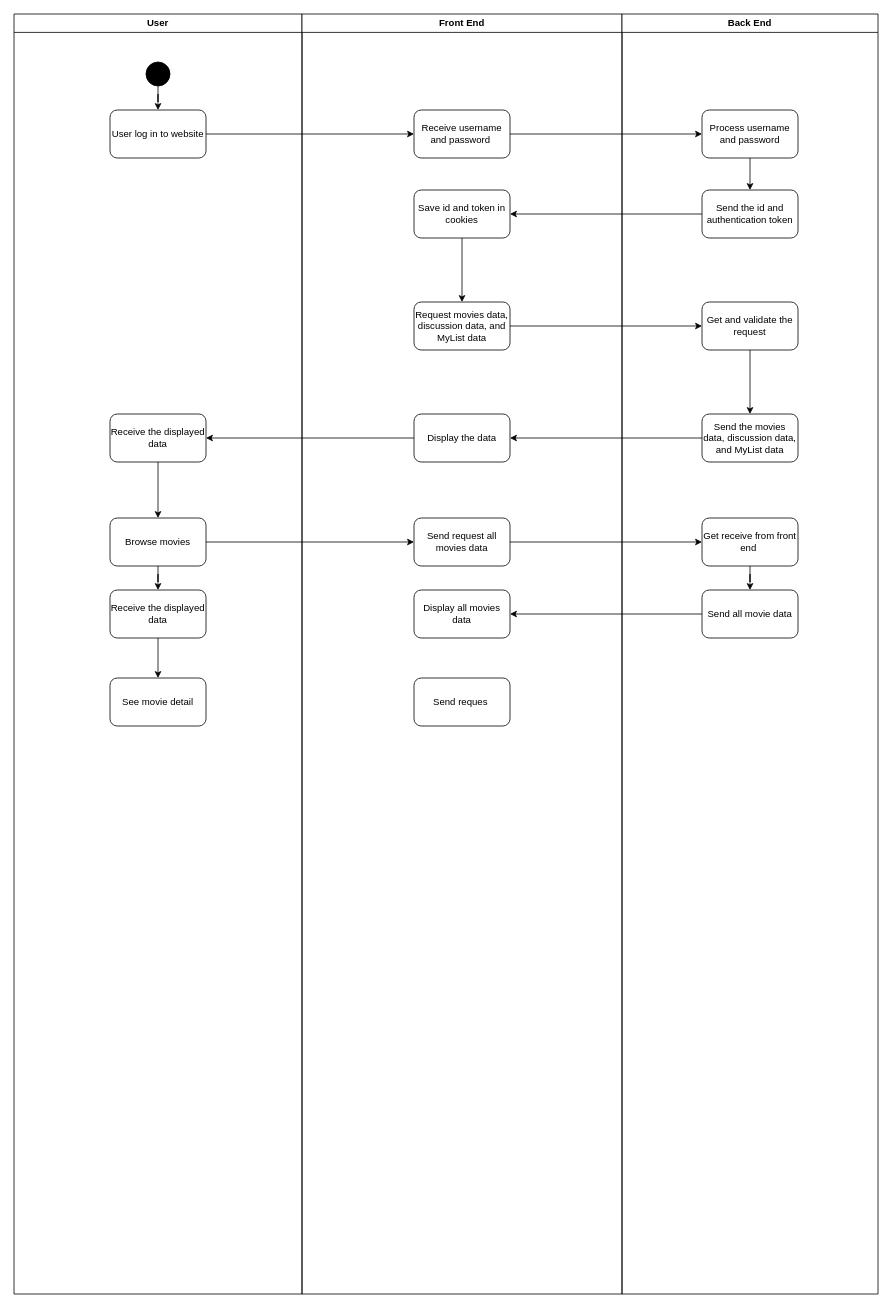
Before: ActivityDiagram .drawio in randyisalive/MovieList-FinalProject, a draw.io diagram. Source tidied: cells renumbered, new cells numbered last; positions are measured from the earlier drawing's top-left corner, leaving out a move shared by most shapes. Both pictures are drawn from the tidied source at 80%, with x=0, y=0 at pixel (14, 14).
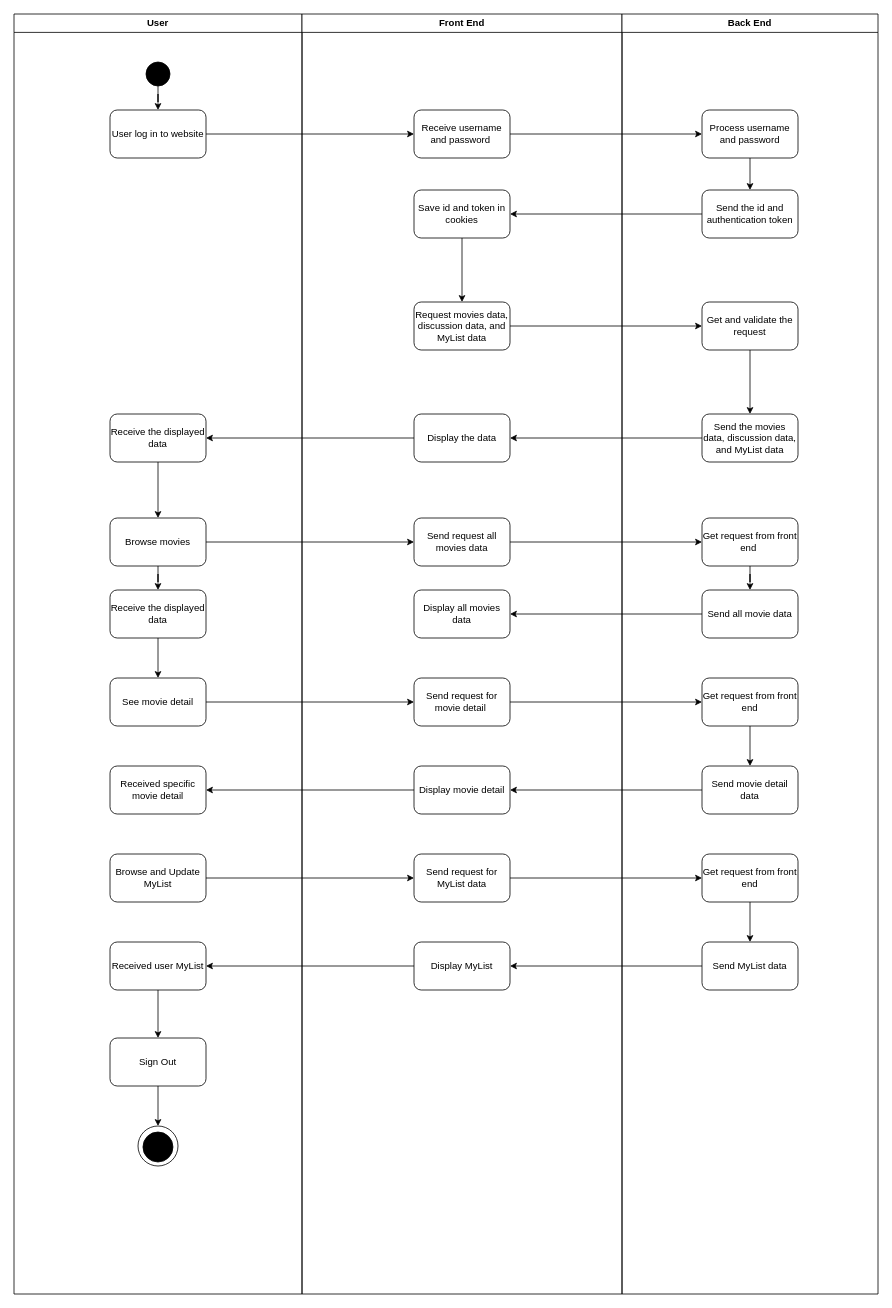
Above is the later version.

The change refers to these unchanged cells:
```xml
<mxCell id="2" value="User" style="swimlane;whiteSpace=wrap;html=1;" parent="1" vertex="1">
  <mxGeometry width="360" height="1600" as="geometry" />
</mxCell>
<mxCell id="12" value="See movie detail" style="rounded=1;whiteSpace=wrap;html=1;" parent="2" vertex="1">
  <mxGeometry x="120" y="830" width="120" height="60" as="geometry" />
</mxCell>
<mxCell id="13" value="Front End" style="swimlane;whiteSpace=wrap;html=1;" parent="1" vertex="1">
  <mxGeometry x="360" width="400" height="1600" as="geometry" />
</mxCell>
<mxCell id="22" value="Back End" style="swimlane;whiteSpace=wrap;html=1;" parent="1" vertex="1">
  <mxGeometry x="760" width="320" height="1600" as="geometry" />
</mxCell>
```

What changed in the source:
```diff
@@
+    <mxCell id="41" value="Received specific movie detail" style="rounded=1;whiteSpace=wrap;html=1;" parent="2" vertex="1">
+      <mxGeometry x="120" y="940" width="120" height="60" as="geometry" />
+    </mxCell>
+    <mxCell id="42" value="Browse and Update MyList" style="rounded=1;whiteSpace=wrap;html=1;" parent="2" vertex="1">
+      <mxGeometry x="120" y="1050" width="120" height="60" as="geometry" />
+    </mxCell>
+    <mxCell id="43" style="edgeStyle=orthogonalEdgeStyle;rounded=0;jettySize=auto;html=1;" parent="2" edge="1" source="44" target="46">
+      <mxGeometry relative="1" as="geometry" />
+    </mxCell>
+    <mxCell id="44" value="Received user MyList" style="rounded=1;whiteSpace=wrap;html=1;" parent="2" vertex="1">
+      <mxGeometry x="120" y="1160" width="120" height="60" as="geometry" />
+    </mxCell>
+    <mxCell id="45" style="edgeStyle=orthogonalEdgeStyle;rounded=0;jettySize=auto;html=1;" parent="2" edge="1" source="46" target="48">
+      <mxGeometry relative="1" as="geometry" />
+    </mxCell>
+    <mxCell id="46" value="Sign Out" style="rounded=1;whiteSpace=wrap;html=1;" parent="2" vertex="1">
+      <mxGeometry x="120" y="1280" width="120" height="60" as="geometry" />
+    </mxCell>
+    <mxCell id="47" style="group;" parent="2" vertex="1">
+      <mxGeometry x="155" y="1390" width="50" height="60" as="geometry" />
+    </mxCell>
+    <mxCell id="48" style="ellipse;whiteSpace=wrap;html=1;" parent="47" vertex="1">
+      <mxGeometry width="50" height="50" as="geometry" />
+    </mxCell>
+    <mxCell id="49" style="ellipse;whiteSpace=wrap;html=1;fillColor=#000000;" parent="47" vertex="1">
+      <mxGeometry x="6.2" y="7.5" width="37.5" height="37.5" as="geometry" />
+    </mxCell>
@@
-    <mxCell id="21" value="Send reques&amp;nbsp;" style="rounded=1;whiteSpace=wrap;html=1;" parent="13" vertex="1">
+    <mxCell id="21" value="Send request for movie detail&amp;nbsp;" style="rounded=1;whiteSpace=wrap;html=1;" parent="13" vertex="1">
       <mxGeometry x="140" y="830" width="120" height="60" as="geometry" />
     </mxCell>
+    <mxCell id="50" value="Display movie detail" style="rounded=1;whiteSpace=wrap;html=1;" parent="13" vertex="1">
+      <mxGeometry x="140" y="940" width="120" height="60" as="geometry" />
+    </mxCell>
+    <mxCell id="51" value="Send request for MyList data" style="rounded=1;whiteSpace=wrap;html=1;" parent="13" vertex="1">
+      <mxGeometry x="140" y="1050" width="120" height="60" as="geometry" />
+    </mxCell>
+    <mxCell id="52" value="Display MyList" style="rounded=1;whiteSpace=wrap;html=1;" parent="13" vertex="1">
+      <mxGeometry x="140" y="1160" width="120" height="60" as="geometry" />
+    </mxCell>
@@
-    <mxCell id="30" value="Get receive from front end&amp;nbsp;" style="rounded=1;whiteSpace=wrap;html=1;" parent="22" vertex="1">
+    <mxCell id="30" value="Get request from front end&amp;nbsp;" style="rounded=1;whiteSpace=wrap;html=1;" parent="22" vertex="1">
       <mxGeometry x="100" y="630" width="120" height="60" as="geometry" />
     </mxCell>
@@
+    <mxCell id="53" style="edgeStyle=orthogonalEdgeStyle;rounded=0;jettySize=auto;html=1;" parent="22" edge="1" source="54" target="55">
+      <mxGeometry relative="1" as="geometry" />
+    </mxCell>
+    <mxCell id="54" value="Get request from front end" style="rounded=1;whiteSpace=wrap;html=1;" parent="22" vertex="1">
+      <mxGeometry x="100" y="830" width="120" height="60" as="geometry" />
+    </mxCell>
+    <mxCell id="55" value="Send movie detail data" style="rounded=1;whiteSpace=wrap;html=1;" parent="22" vertex="1">
+      <mxGeometry x="100" y="940" width="120" height="60" as="geometry" />
+    </mxCell>
+    <mxCell id="56" style="edgeStyle=orthogonalEdgeStyle;rounded=0;jettySize=auto;html=1;entryX=0.5;entryY=0;entryDx=0;entryDy=0;" parent="22" edge="1" source="57" target="58">
+      <mxGeometry relative="1" as="geometry" />
+    </mxCell>
+    <mxCell id="57" value="Get request from front end" style="rounded=1;whiteSpace=wrap;html=1;" parent="22" vertex="1">
+      <mxGeometry x="100" y="1050" width="120" height="60" as="geometry" />
+    </mxCell>
+    <mxCell id="58" value="Send MyList data" style="rounded=1;whiteSpace=wrap;html=1;" parent="22" vertex="1">
+      <mxGeometry x="100" y="1160" width="120" height="60" as="geometry" />
+    </mxCell>
@@
+    <mxCell id="59" style="edgeStyle=orthogonalEdgeStyle;rounded=0;jettySize=auto;html=1;entryX=0;entryY=0.5;entryDx=0;entryDy=0;" parent="1" edge="1" source="12" target="21">
+      <mxGeometry relative="1" as="geometry" />
+    </mxCell>
+    <mxCell id="60" style="edgeStyle=orthogonalEdgeStyle;rounded=0;jettySize=auto;html=1;" parent="1" edge="1" source="21" target="54">
+      <mxGeometry relative="1" as="geometry" />
+    </mxCell>
+    <mxCell id="61" style="edgeStyle=orthogonalEdgeStyle;rounded=0;jettySize=auto;html=1;entryX=1;entryY=0.5;entryDx=0;entryDy=0;" parent="1" edge="1" source="55" target="50">
+      <mxGeometry relative="1" as="geometry" />
+    </mxCell>
+    <mxCell id="62" style="edgeStyle=orthogonalEdgeStyle;rounded=0;jettySize=auto;html=1;" parent="1" edge="1" source="50" target="41">
+      <mxGeometry relative="1" as="geometry" />
+    </mxCell>
+    <mxCell id="63" style="edgeStyle=orthogonalEdgeStyle;rounded=0;jettySize=auto;html=1;entryX=0;entryY=0.5;entryDx=0;entryDy=0;" parent="1" edge="1" source="42" target="51">
+      <mxGeometry relative="1" as="geometry" />
+    </mxCell>
+    <mxCell id="64" style="edgeStyle=orthogonalEdgeStyle;rounded=0;jettySize=auto;html=1;" parent="1" edge="1" source="51" target="57">
+      <mxGeometry relative="1" as="geometry" />
+    </mxCell>
+    <mxCell id="65" style="edgeStyle=orthogonalEdgeStyle;rounded=0;jettySize=auto;html=1;entryX=1;entryY=0.5;entryDx=0;entryDy=0;" parent="1" edge="1" source="58" target="52">
+      <mxGeometry relative="1" as="geometry" />
+    </mxCell>
+    <mxCell id="66" style="edgeStyle=orthogonalEdgeStyle;rounded=0;jettySize=auto;html=1;" parent="1" edge="1" source="52" target="44">
+      <mxGeometry relative="1" as="geometry" />
+    </mxCell>
```
